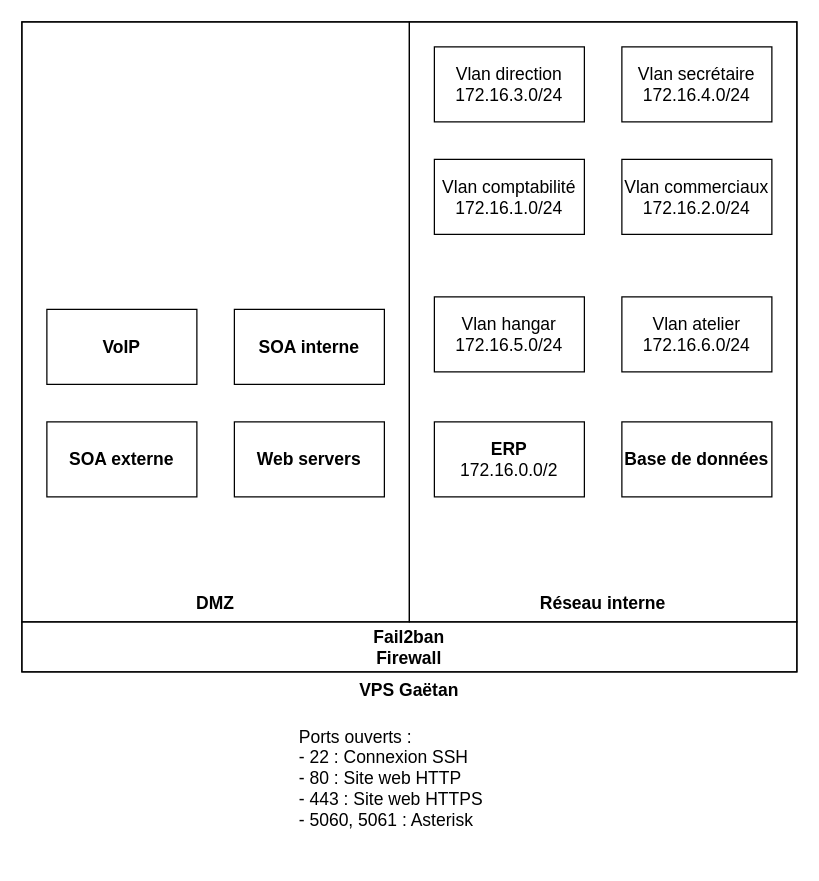
This is Documents/Rapports/Schéma prototype.drawio from GGEphec/AdminAout, a draw.io file, before an edit. Source tidied: cells renumbered, new cells numbered last; positions are measured from the earlier drawing's top-left corner, leaving out a move shared by most shapes. Both pictures are drawn from the tidied source at 125%, with x=0, y=0 at pixel (21, 21).
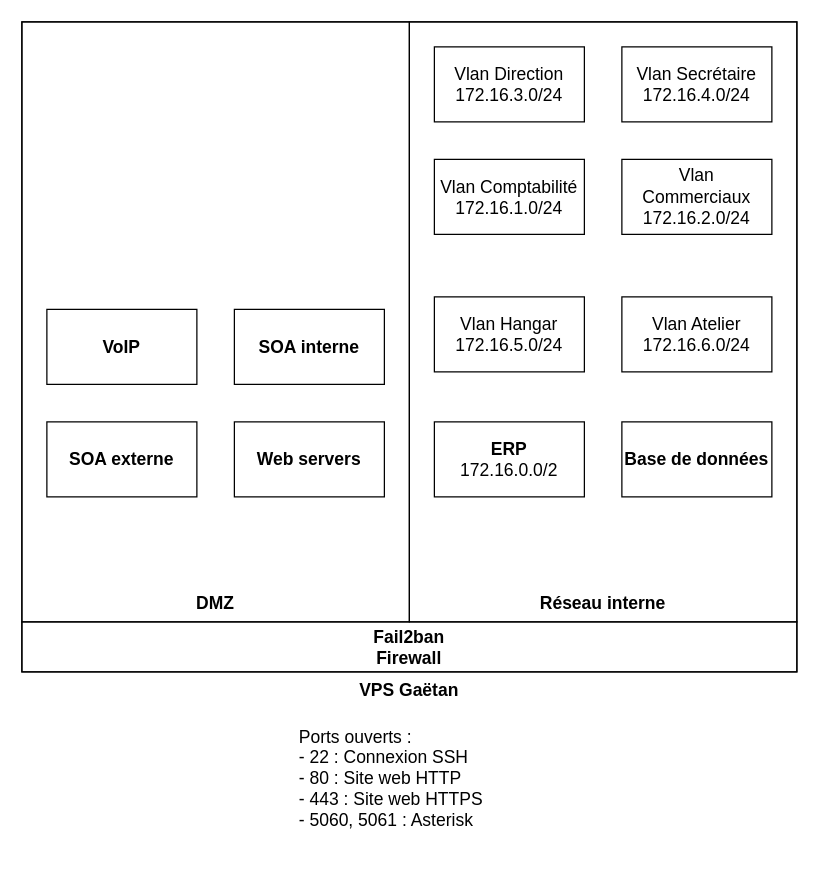
Above is the later version.

What changed in the source:
```diff
@@
 <mxGraphModel>
   <root>
     <mxCell id="0" />
     <mxCell id="1" parent="0" />
     <mxCell id="2" value="&lt;font style=&quot;font-size: 14px&quot;&gt;&lt;b&gt;VPS Gaëtan&lt;/b&gt;&lt;/font&gt;" style="rounded=0;whiteSpace=wrap;html=1;fillColor=none;labelPosition=center;verticalLabelPosition=bottom;align=center;verticalAlign=top;" parent="1" vertex="1">
       <mxGeometry width="620" height="520" as="geometry" />
     </mxCell>
     <mxCell id="3" value="&lt;font style=&quot;font-size: 14px&quot;&gt;&lt;b&gt;Fail2ban&lt;br&gt;Firewall&lt;br&gt;&lt;/b&gt;&lt;/font&gt;" style="rounded=0;whiteSpace=wrap;html=1;fillColor=none;" parent="1" vertex="1">
       <mxGeometry y="480" width="620" height="40" as="geometry" />
     </mxCell>
     <mxCell id="4" value="&lt;font style=&quot;font-size: 14px&quot;&gt;&lt;b&gt;DMZ&lt;/b&gt;&lt;/font&gt;" style="rounded=0;whiteSpace=wrap;html=1;fillColor=none;labelPosition=center;verticalLabelPosition=bottom;align=center;verticalAlign=top;spacingBottom=0;spacingTop=-30;" parent="1" vertex="1">
       <mxGeometry width="310" height="480" as="geometry" />
     </mxCell>
     <mxCell id="5" value="&lt;font style=&quot;font-size: 14px&quot;&gt;&lt;b&gt;Réseau interne&lt;/b&gt;&lt;/font&gt;" style="rounded=0;whiteSpace=wrap;html=1;fillColor=none;labelPosition=center;verticalLabelPosition=bottom;align=center;verticalAlign=top;spacingTop=-30;" parent="1" vertex="1">
       <mxGeometry x="310" width="310" height="480" as="geometry" />
     </mxCell>
     <mxCell id="6" value="&lt;b&gt;&lt;font style=&quot;font-size: 14px&quot;&gt;SOA externe&lt;/font&gt;&lt;/b&gt;" style="rounded=0;whiteSpace=wrap;html=1;fillColor=none;" parent="1" vertex="1">
       <mxGeometry x="20" y="320" width="120" height="60" as="geometry" />
     </mxCell>
     <mxCell id="7" value="&lt;font style=&quot;font-size: 14px&quot;&gt;&lt;b&gt;Web servers&lt;/b&gt;&lt;/font&gt;" style="rounded=0;whiteSpace=wrap;html=1;fillColor=none;" parent="1" vertex="1">
       <mxGeometry x="170" y="320" width="120" height="60" as="geometry" />
     </mxCell>
     <mxCell id="8" value="&lt;b&gt;&lt;font style=&quot;font-size: 14px&quot;&gt;VoIP&lt;/font&gt;&lt;/b&gt;" style="rounded=0;whiteSpace=wrap;html=1;fillColor=none;" parent="1" vertex="1">
       <mxGeometry x="20" y="230" width="120" height="60" as="geometry" />
     </mxCell>
     <mxCell id="9" value="&lt;font style=&quot;font-size: 14px;&quot;&gt;&lt;b style=&quot;font-size: 14px;&quot;&gt;SOA interne&lt;/b&gt;&lt;/font&gt;" style="rounded=0;whiteSpace=wrap;html=1;fillColor=none;fontSize=14;" parent="1" vertex="1">
       <mxGeometry x="170" y="230" width="120" height="60" as="geometry" />
     </mxCell>
-    <mxCell id="10" value="Vlan hangar&lt;br&gt;172.16.5.0/24" style="rounded=0;whiteSpace=wrap;html=1;fillColor=none;fontSize=14;" parent="1" vertex="1">
+    <mxCell id="10" value="Vlan Hangar&lt;br&gt;172.16.5.0/24" style="rounded=0;whiteSpace=wrap;html=1;fillColor=none;fontSize=14;" parent="1" vertex="1">
       <mxGeometry x="330" y="220" width="120" height="60" as="geometry" />
     </mxCell>
-    <mxCell id="11" value="&lt;font style=&quot;font-size: 14px&quot;&gt;Vlan direction&lt;br&gt;172.16.3.0/24&lt;br&gt;&lt;/font&gt;" style="rounded=0;whiteSpace=wrap;html=1;fillColor=none;" parent="1" vertex="1">
+    <mxCell id="11" value="&lt;font style=&quot;font-size: 14px&quot;&gt;Vlan Direction&lt;br&gt;172.16.3.0/24&lt;br&gt;&lt;/font&gt;" style="rounded=0;whiteSpace=wrap;html=1;fillColor=none;" parent="1" vertex="1">
       <mxGeometry x="330" y="20" width="120" height="60" as="geometry" />
     </mxCell>
-    <mxCell id="12" value="Vlan comptabilité&lt;br&gt;172.16.1.0/24" style="rounded=0;whiteSpace=wrap;html=1;fillColor=none;fontSize=14;" parent="1" vertex="1">
+    <mxCell id="12" value="Vlan Comptabilité&lt;br&gt;172.16.1.0/24" style="rounded=0;whiteSpace=wrap;html=1;fillColor=none;fontSize=14;" parent="1" vertex="1">
       <mxGeometry x="330" y="110" width="120" height="60" as="geometry" />
     </mxCell>
-    <mxCell id="13" value="Vlan commerciaux&lt;br&gt;172.16.2.0/24" style="rounded=0;whiteSpace=wrap;html=1;fillColor=none;fontSize=14;" parent="1" vertex="1">
+    <mxCell id="13" value="Vlan Commerciaux&lt;br&gt;172.16.2.0/24" style="rounded=0;whiteSpace=wrap;html=1;fillColor=none;fontSize=14;" parent="1" vertex="1">
       <mxGeometry x="480" y="110" width="120" height="60" as="geometry" />
     </mxCell>
-    <mxCell id="14" value="&lt;font style=&quot;font-size: 14px&quot;&gt;Vlan atelier&lt;br&gt;172.16.6.0/24&lt;br&gt;&lt;/font&gt;" style="rounded=0;whiteSpace=wrap;html=1;fillColor=none;" parent="1" vertex="1">
+    <mxCell id="14" value="&lt;font style=&quot;font-size: 14px&quot;&gt;Vlan Atelier&lt;br&gt;172.16.6.0/24&lt;br&gt;&lt;/font&gt;" style="rounded=0;whiteSpace=wrap;html=1;fillColor=none;" parent="1" vertex="1">
       <mxGeometry x="480" y="220" width="120" height="60" as="geometry" />
     </mxCell>
-    <mxCell id="15" value="&lt;font style=&quot;font-size: 14px&quot;&gt;Vlan secrétaire&lt;br&gt;172.16.4.0/24&lt;br&gt;&lt;/font&gt;" style="rounded=0;whiteSpace=wrap;html=1;fillColor=none;" parent="1" vertex="1">
+    <mxCell id="15" value="&lt;font style=&quot;font-size: 14px&quot;&gt;Vlan Secrétaire&lt;br&gt;172.16.4.0/24&lt;br&gt;&lt;/font&gt;" style="rounded=0;whiteSpace=wrap;html=1;fillColor=none;" parent="1" vertex="1">
       <mxGeometry x="480" y="20" width="120" height="60" as="geometry" />
     </mxCell>
     <mxCell id="16" value="&lt;font style=&quot;font-size: 14px&quot;&gt;&lt;b&gt;ERP&lt;/b&gt;&lt;br&gt;172.16.0.0/2&lt;br&gt;&lt;/font&gt;" style="rounded=0;whiteSpace=wrap;html=1;fillColor=none;" parent="1" vertex="1">
       <mxGeometry x="330" y="320" width="120" height="60" as="geometry" />
     </mxCell>
     <mxCell id="17" value="&lt;font style=&quot;font-size: 14px&quot;&gt;&lt;b&gt;Base de données&lt;/b&gt;&lt;/font&gt;" style="rounded=0;whiteSpace=wrap;html=1;fillColor=none;" parent="1" vertex="1">
       <mxGeometry x="480" y="320" width="120" height="60" as="geometry" />
     </mxCell>
     <mxCell id="18" value="Ports ouverts :&amp;nbsp;&lt;br&gt;- 22 : Connexion SSH&lt;br&gt;- 80 : Site web HTTP&lt;br&gt;- 443 : Site web HTTPS&lt;br&gt;- 5060, 5061 : Asterisk" style="text;html=1;strokeColor=none;fillColor=none;align=left;verticalAlign=middle;whiteSpace=wrap;rounded=0;fontSize=14;" parent="1" vertex="1">
       <mxGeometry x="220" y="540" width="194" height="130" as="geometry" />
     </mxCell>
   </root>
 </mxGraphModel>
```
